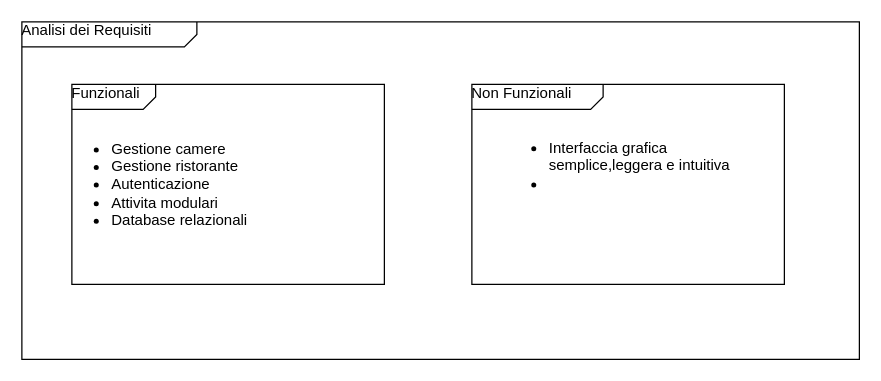
Raccispini/Progetto-Hotel keeps this draw.io diagram as analisi_dei_requisiti.drawio. Above is the earlier version. Source tidied: cells renumbered, new cells numbered last; positions are measured from the earlier drawing's top-left corner, leaving out a move shared by most shapes. Both pictures are drawn from the tidied source at 125%, with x=0, y=0 at pixel (21, 21).
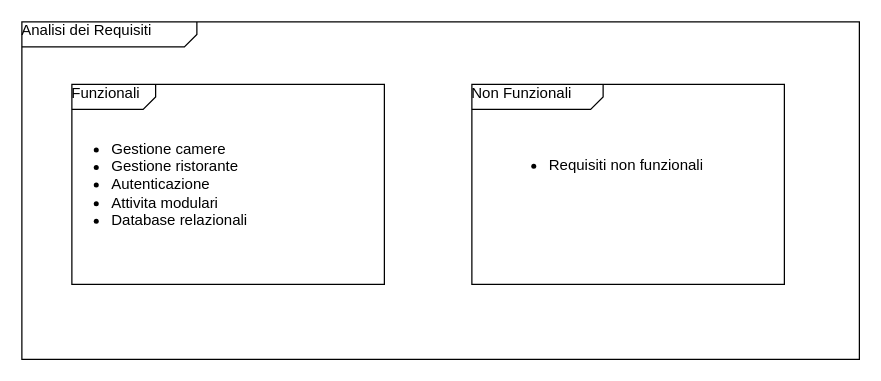
The same diagram, later.

The edit, as a diff of the source:
```diff
@@
 <mxGraphModel>
   <root>
     <mxCell id="0" />
     <mxCell id="1" parent="0" />
     <mxCell id="2" value="Analisi dei Requisiti" style="html=1;shape=mxgraph.sysml.package;overflow=fill;labelX=140;align=left;spacingLeft=5;verticalAlign=top;spacingTop=-3;" parent="1" vertex="1">
       <mxGeometry width="670" height="270" as="geometry" />
     </mxCell>
     <mxCell id="3" value="&lt;div&gt;Funzionali&lt;/div&gt;&lt;div&gt;&lt;br&gt;&lt;/div&gt;" style="html=1;shape=mxgraph.sysml.package;align=left;spacingLeft=5;verticalAlign=top;spacingTop=-3;labelX=67;html=1;overflow=fill;" parent="1" vertex="1">
       <mxGeometry x="40" y="50" width="250" height="160" as="geometry" />
     </mxCell>
     <mxCell id="4" value="Non Funzionali" style="html=1;shape=mxgraph.sysml.package;align=left;spacingLeft=5;verticalAlign=top;spacingTop=-3;labelX=105;html=1;overflow=fill;" parent="1" vertex="1">
       <mxGeometry x="360" y="50" width="250" height="160" as="geometry" />
     </mxCell>
     <mxCell id="5" value="&lt;ul&gt;&lt;li&gt;Gestione camere&lt;/li&gt;&lt;li&gt;Gestione ristorante&lt;/li&gt;&lt;li&gt;Autenticazione&lt;/li&gt;&lt;li&gt;Attivita modulari&lt;/li&gt;&lt;li&gt;Database relazionali&lt;br&gt;&lt;/li&gt;&lt;/ul&gt;" style="text;strokeColor=none;fillColor=none;html=1;whiteSpace=wrap;verticalAlign=middle;overflow=hidden;" parent="1" vertex="1">
       <mxGeometry x="30" y="75" width="220" height="110" as="geometry" />
     </mxCell>
-    <mxCell id="6" value="&lt;ul&gt;&lt;li&gt;Interfaccia grafica semplice,leggera e intuitiva&lt;/li&gt;&lt;li&gt;&lt;br&gt;&lt;/li&gt;&lt;/ul&gt;" style="text;strokeColor=none;fillColor=none;html=1;whiteSpace=wrap;verticalAlign=middle;overflow=hidden;" parent="1" vertex="1">
+    <mxCell id="6" value="&lt;ul&gt;&lt;li&gt;Requisiti non funzionali&lt;/li&gt;&lt;/ul&gt;" style="text;strokeColor=none;fillColor=none;html=1;whiteSpace=wrap;verticalAlign=middle;overflow=hidden;" parent="1" vertex="1">
       <mxGeometry x="380" y="75" width="210" height="80" as="geometry" />
     </mxCell>
   </root>
 </mxGraphModel>
```
